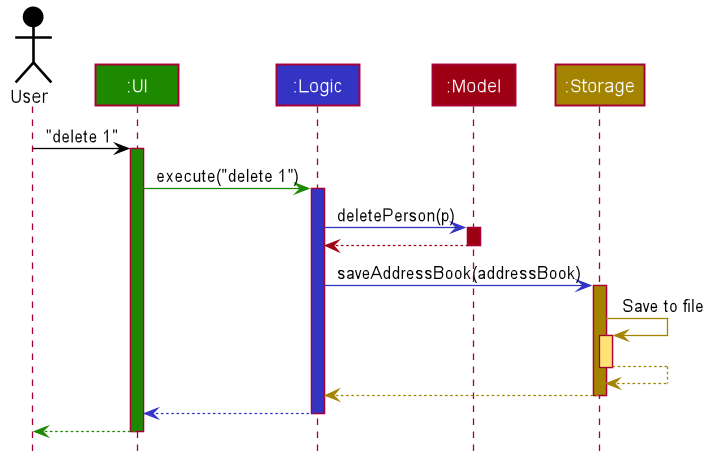
The PlantUML diagram docs/images/ArchitectureSequenceDiagram.png in nus-cs2103-AY2122S1/tp, before a commit.
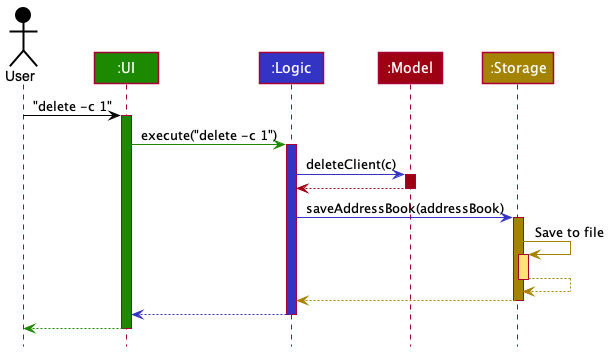
After the change.

Diff of the diagram source:
```diff
@@ -1,85 +1,38 @@
 @startuml
+!include style.puml
 
+Actor User as user USER_COLOR
+Participant ":UI" as ui UI_COLOR
+Participant ":Logic" as logic LOGIC_COLOR
+Participant ":Model" as model MODEL_COLOR
+Participant ":Storage" as storage STORAGE_COLOR
 
+user -[USER_COLOR]> ui : "delete -c 1"
+activate ui UI_COLOR
 
+ui -[UI_COLOR]> logic : execute("delete -c 1")
+activate logic LOGIC_COLOR
 
+logic -[LOGIC_COLOR]> model : deleteClient(c)
+activate model MODEL_COLOR
 
-
-
-
-skinparam BackgroundColor #FFFFFFF
-
-skinparam Shadowing false
-
-skinparam Class {
-    FontColor #FFFFFF
-    BorderThickness 1
-    BorderColor #FFFFFF
-    StereotypeFontColor #FFFFFF
-    FontName Arial
-}
-
-skinparam Actor {
-    BorderColor #000000
-    Color #000000
-    FontName Arial
-}
-
-skinparam Sequence {
-    MessageAlign center
-    BoxFontSize 15
-    BoxPadding 0
-    BoxFontColor #FFFFFF
-    FontName Arial
-}
-
-skinparam Participant {
-    FontColor #FFFFFFF
-    Padding 20
-}
-
-skinparam MinClassWidth 50
-skinparam ParticipantPadding 10
-skinparam Shadowing false
-skinparam DefaultTextAlignment center
-skinparam packageStyle Rectangle
-
-hide footbox
-hide members
-hide circle
-
-Actor User as user #000000
-Participant ":UI" as ui #1D8900
-Participant ":Logic" as logic #3333C4
-Participant ":Model" as model #9D0012
-Participant ":Storage" as storage #A38300
-
-user -[#000000]> ui : "delete 1"
-activate ui #1D8900
-
-ui -[#1D8900]> logic : execute("delete 1")
-activate logic #3333C4
-
-logic -[#3333C4]> model : deletePerson(p)
-activate model #9D0012
-
-model -[#9D0012]-> logic
+model -[MODEL_COLOR]-> logic
 deactivate model
 
-logic -[#3333C4]> storage : saveAddressBook(addressBook)
-activate storage #A38300
+logic -[LOGIC_COLOR]> storage : saveAddressBook(addressBook)
+activate storage STORAGE_COLOR
 
-storage -[#A38300]> storage : Save to file
-activate storage #FFE374
-storage --[#A38300]> storage
+storage -[STORAGE_COLOR]> storage : Save to file
+activate storage STORAGE_COLOR_T1
+storage --[STORAGE_COLOR]> storage
 deactivate storage
 
-storage --[#A38300]> logic
+storage --[STORAGE_COLOR]> logic
 deactivate storage
 
-logic --[#3333C4]> ui
+logic --[LOGIC_COLOR]> ui
 deactivate logic
 
-ui--[#1D8900]> user
+ui--[UI_COLOR]> user
 deactivate ui
 @enduml
```
